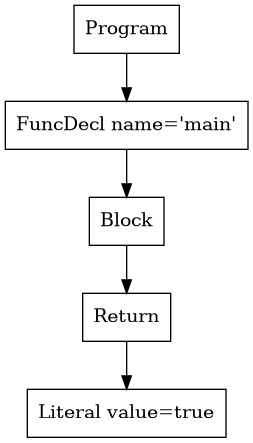
Before: p2-parser/tree.png, a diagram exported from Graphviz (purejerome/cs432_project). Its source is kept beside it as p2-parser/tree.dot.
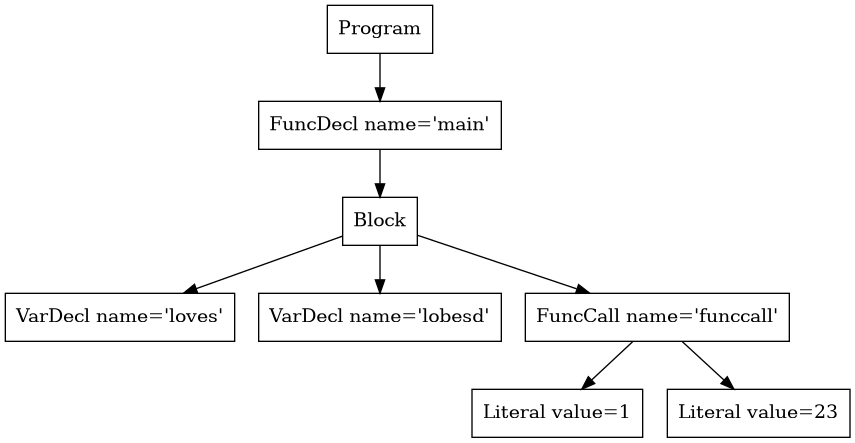
After the commit.

What changed in the source:
```diff
@@ -1,9 +1,15 @@
 digraph AST {
-4 [shape=box, label="Literal value=true"];
-3 [shape=box, label="Return"];
-3 -> 4;
+3 [shape=box, label="VarDecl name='loves'"];
+4 [shape=box, label="VarDecl name='lobesd'"];
+6 [shape=box, label="Literal value=1"];
+7 [shape=box, label="Literal value=23"];
+5 [shape=box, label="FuncCall name='funccall'"];
+5 -> 6;
+5 -> 7;
 2 [shape=box, label="Block"];
 2 -> 3;
+2 -> 4;
+2 -> 5;
 1 [shape=box, label="FuncDecl name='main'"];
 1 -> 2;
 0 [shape=box, label="Program"];
```
